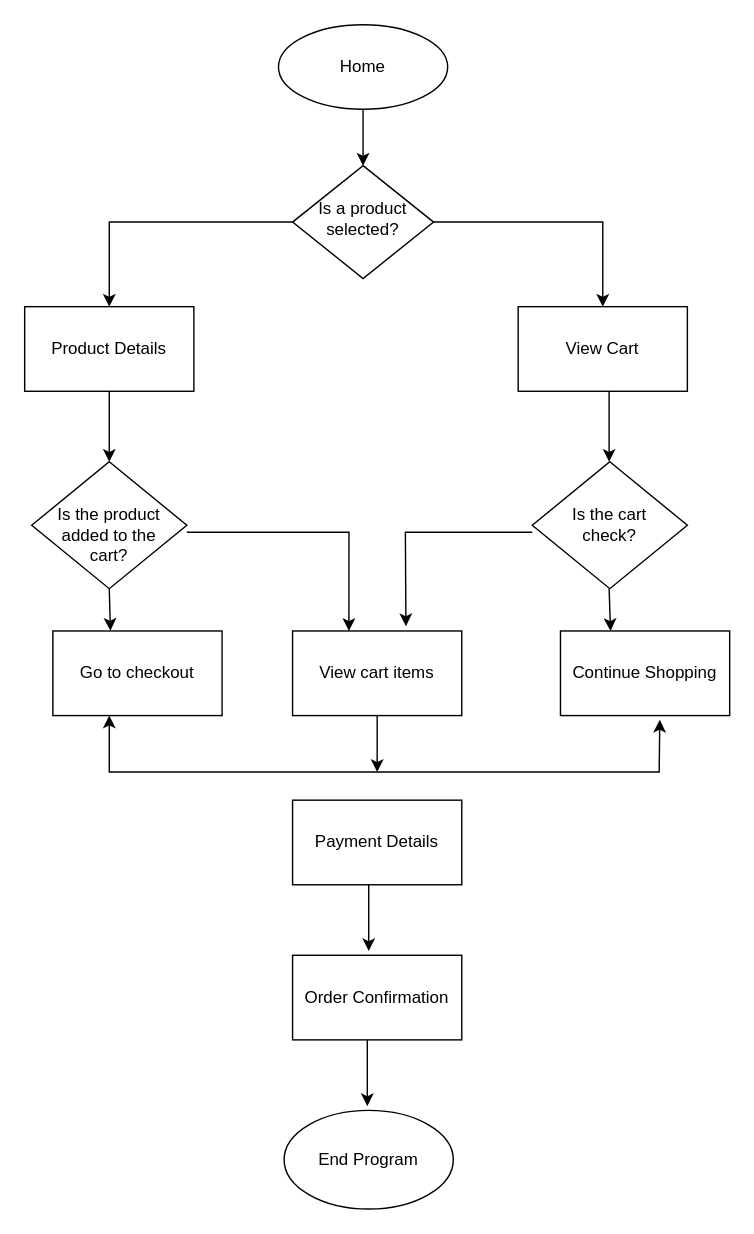
Before: Untitled Diagram.drawio in cherryxxn/Pxl_Pioneer, a draw.io diagram. Source tidied: cells renumbered, new cells numbered last; positions are measured from the earlier drawing's top-left corner, leaving out a move shared by most shapes. Both pictures are drawn from the tidied source at 141%, with x=0, y=0 at pixel (24, 24).
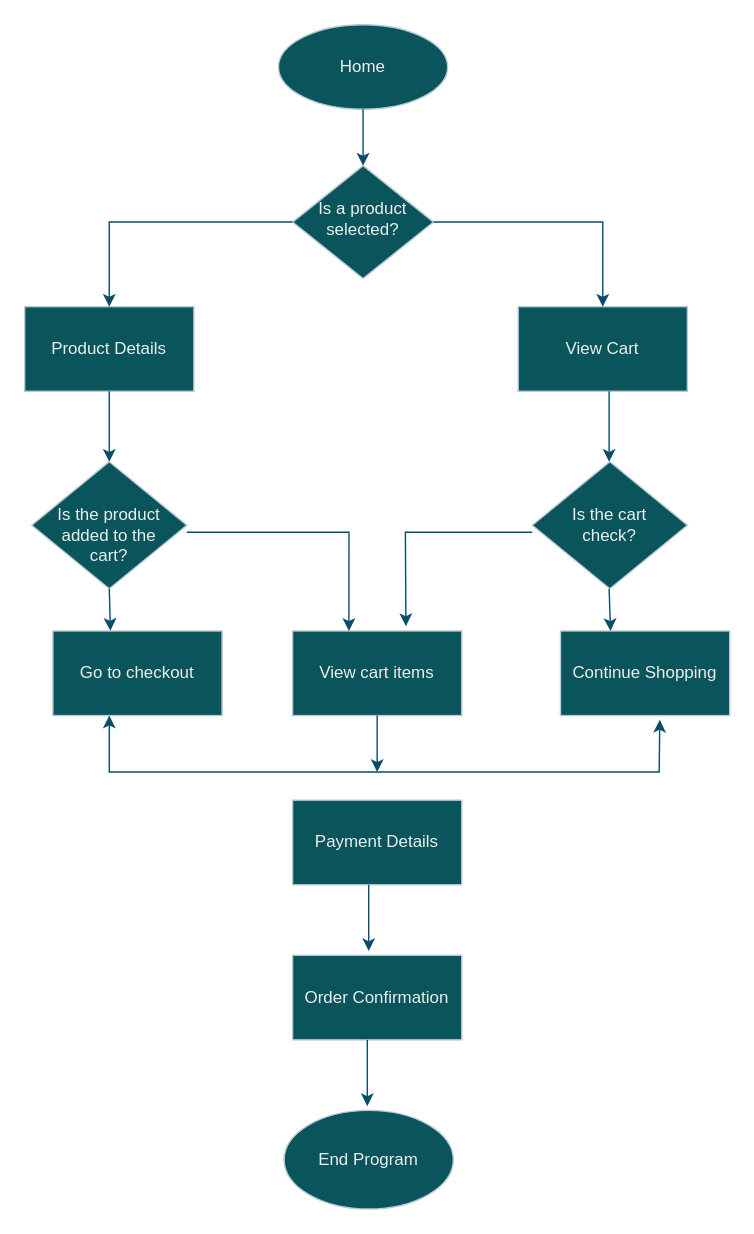
The same page after the edit.

Diff of the diagram source:
```diff
@@
-    <mxCell id="2" value="Is a product selected?" style="rhombus;whiteSpace=wrap;html=1;shadow=0;fontFamily=Helvetica;fontSize=12;align=center;strokeWidth=1;spacing=6;spacingTop=-4;" parent="1" vertex="1">
+    <mxCell id="2" value="Is a product selected?" style="rhombus;whiteSpace=wrap;html=1;shadow=0;fontFamily=Helvetica;fontSize=12;align=center;strokeWidth=1;spacing=6;spacingTop=-4;labelBackgroundColor=none;fillColor=#09555B;strokeColor=#BAC8D3;fontColor=#EEEEEE;" parent="1" vertex="1">
       <mxGeometry x="190" y="100" width="100" height="80" as="geometry" />
     </mxCell>
-    <mxCell id="3" value="Home" style="ellipse;whiteSpace=wrap;html=1;" parent="1" vertex="1">
+    <mxCell id="3" value="Home" style="ellipse;whiteSpace=wrap;html=1;labelBackgroundColor=none;fillColor=#09555B;strokeColor=#BAC8D3;fontColor=#EEEEEE;" parent="1" vertex="1">
       <mxGeometry x="180" width="120" height="60" as="geometry" />
     </mxCell>
-    <mxCell id="4" value="&lt;br&gt;Is the product added to the &lt;br&gt;cart?" style="rhombus;whiteSpace=wrap;html=1;" parent="1" vertex="1">
+    <mxCell id="4" value="&lt;br&gt;Is the product added to the &lt;br&gt;cart?" style="rhombus;whiteSpace=wrap;html=1;labelBackgroundColor=none;fillColor=#09555B;strokeColor=#BAC8D3;fontColor=#EEEEEE;" parent="1" vertex="1">
       <mxGeometry x="5" y="310" width="110" height="90" as="geometry" />
     </mxCell>
-    <mxCell id="5" value="Product Details" style="rounded=0;whiteSpace=wrap;html=1;" parent="1" vertex="1">
+    <mxCell id="5" value="Product Details" style="rounded=0;whiteSpace=wrap;html=1;labelBackgroundColor=none;fillColor=#09555B;strokeColor=#BAC8D3;fontColor=#EEEEEE;" parent="1" vertex="1">
       <mxGeometry y="200" width="120" height="60" as="geometry" />
     </mxCell>
-    <mxCell id="6" value="Continue Shopping" style="rounded=0;whiteSpace=wrap;html=1;" parent="1" vertex="1">
+    <mxCell id="6" value="Continue Shopping" style="rounded=0;whiteSpace=wrap;html=1;labelBackgroundColor=none;fillColor=#09555B;strokeColor=#BAC8D3;fontColor=#EEEEEE;" parent="1" vertex="1">
       <mxGeometry x="380" y="430" width="120" height="60" as="geometry" />
     </mxCell>
-    <mxCell id="7" value="View Cart" style="rounded=0;whiteSpace=wrap;html=1;" parent="1" vertex="1">
+    <mxCell id="7" value="View Cart" style="rounded=0;whiteSpace=wrap;html=1;labelBackgroundColor=none;fillColor=#09555B;strokeColor=#BAC8D3;fontColor=#EEEEEE;" parent="1" vertex="1">
       <mxGeometry x="350" y="200" width="120" height="60" as="geometry" />
     </mxCell>
-    <mxCell id="8" value="Go to checkout" style="rounded=0;whiteSpace=wrap;html=1;" parent="1" vertex="1">
+    <mxCell id="8" value="Go to checkout" style="rounded=0;whiteSpace=wrap;html=1;labelBackgroundColor=none;fillColor=#09555B;strokeColor=#BAC8D3;fontColor=#EEEEEE;" parent="1" vertex="1">
       <mxGeometry x="20" y="430" width="120" height="60" as="geometry" />
     </mxCell>
-    <mxCell id="9" value="View cart items" style="rounded=0;whiteSpace=wrap;html=1;" parent="1" vertex="1">
+    <mxCell id="9" value="View cart items" style="rounded=0;whiteSpace=wrap;html=1;labelBackgroundColor=none;fillColor=#09555B;strokeColor=#BAC8D3;fontColor=#EEEEEE;" parent="1" vertex="1">
       <mxGeometry x="190" y="430" width="120" height="60" as="geometry" />
     </mxCell>
-    <mxCell id="10" value="Payment Details" style="rounded=0;whiteSpace=wrap;html=1;" parent="1" vertex="1">
+    <mxCell id="10" value="Payment Details" style="rounded=0;whiteSpace=wrap;html=1;labelBackgroundColor=none;fillColor=#09555B;strokeColor=#BAC8D3;fontColor=#EEEEEE;" parent="1" vertex="1">
       <mxGeometry x="190" y="550" width="120" height="60" as="geometry" />
     </mxCell>
-    <mxCell id="11" value="Order Confirmation" style="rounded=0;whiteSpace=wrap;html=1;" parent="1" vertex="1">
+    <mxCell id="11" value="Order Confirmation" style="rounded=0;whiteSpace=wrap;html=1;labelBackgroundColor=none;fillColor=#09555B;strokeColor=#BAC8D3;fontColor=#EEEEEE;" parent="1" vertex="1">
       <mxGeometry x="190" y="660" width="120" height="60" as="geometry" />
     </mxCell>
-    <mxCell id="12" style="endArrow=classic;html=1;rounded=0;exitX=0.5;exitY=1;exitDx=0;exitDy=0;entryX=0.5;entryY=0;entryDx=0;entryDy=0;" parent="1" edge="1" source="3" target="2">
+    <mxCell id="12" style="endArrow=classic;html=1;rounded=0;exitX=0.5;exitY=1;exitDx=0;exitDy=0;entryX=0.5;entryY=0;entryDx=0;entryDy=0;labelBackgroundColor=none;strokeColor=#0B4D6A;fontColor=default;" parent="1" edge="1" source="3" target="2">
       <mxGeometry relative="1" as="geometry" />
     </mxCell>
-    <mxCell id="13" style="endArrow=classic;html=1;rounded=0;entryX=0.5;entryY=0;entryDx=0;entryDy=0;" parent="1" edge="1" target="5">
+    <mxCell id="13" style="endArrow=classic;html=1;rounded=0;entryX=0.5;entryY=0;entryDx=0;entryDy=0;labelBackgroundColor=none;strokeColor=#0B4D6A;fontColor=default;" parent="1" edge="1" target="5">
       <mxGeometry relative="1" as="geometry">
         <mxPoint x="190" y="140" as="sourcePoint" />
         <Array as="points">
           <mxPoint x="60" y="140" />
         </Array>
       </mxGeometry>
     </mxCell>
-    <mxCell id="14" style="endArrow=classic;html=1;rounded=0;entryX=0.5;entryY=0;entryDx=0;entryDy=0;" parent="1" edge="1" target="7">
+    <mxCell id="14" style="endArrow=classic;html=1;rounded=0;entryX=0.5;entryY=0;entryDx=0;entryDy=0;labelBackgroundColor=none;strokeColor=#0B4D6A;fontColor=default;" parent="1" edge="1" target="7">
       <mxGeometry relative="1" as="geometry">
         <mxPoint x="290" y="140" as="sourcePoint" />
         <Array as="points">
           <mxPoint x="410" y="140" />
         </Array>
       </mxGeometry>
     </mxCell>
-    <mxCell id="15" value="Is the cart&lt;br&gt;check?" style="rhombus;whiteSpace=wrap;html=1;" parent="1" vertex="1">
+    <mxCell id="15" value="Is the cart&lt;br&gt;check?" style="rhombus;whiteSpace=wrap;html=1;labelBackgroundColor=none;fillColor=#09555B;strokeColor=#BAC8D3;fontColor=#EEEEEE;" parent="1" vertex="1">
       <mxGeometry x="360" y="310" width="110" height="90" as="geometry" />
     </mxCell>
-    <mxCell id="16" style="endArrow=classic;html=1;rounded=0;" parent="1" edge="1" target="4">
+    <mxCell id="16" style="endArrow=classic;html=1;rounded=0;labelBackgroundColor=none;strokeColor=#0B4D6A;fontColor=default;" parent="1" edge="1" target="4">
       <mxGeometry relative="1" as="geometry">
         <mxPoint x="60" y="260" as="sourcePoint" />
       </mxGeometry>
     </mxCell>
-    <mxCell id="17" style="endArrow=classic;html=1;rounded=0;" parent="1" edge="1">
+    <mxCell id="17" style="endArrow=classic;html=1;rounded=0;labelBackgroundColor=none;strokeColor=#0B4D6A;fontColor=default;" parent="1" edge="1">
       <mxGeometry relative="1" as="geometry">
         <mxPoint x="414.5" y="260" as="sourcePoint" />
         <mxPoint x="414.5" y="310" as="targetPoint" />
       </mxGeometry>
     </mxCell>
-    <mxCell id="18" style="endArrow=classic;html=1;rounded=0;entryX=0.45;entryY=-0.05;entryDx=0;entryDy=0;entryPerimeter=0;" parent="1" edge="1" target="11">
+    <mxCell id="18" style="endArrow=classic;html=1;rounded=0;entryX=0.45;entryY=-0.05;entryDx=0;entryDy=0;entryPerimeter=0;labelBackgroundColor=none;strokeColor=#0B4D6A;fontColor=default;" parent="1" edge="1" target="11">
       <mxGeometry relative="1" as="geometry">
         <mxPoint x="244" y="610" as="sourcePoint" />
       </mxGeometry>
     </mxCell>
-    <mxCell id="19" style="endArrow=classic;startArrow=classic;html=1;rounded=0;entryX=0.587;entryY=1.05;entryDx=0;entryDy=0;entryPerimeter=0;" parent="1" edge="1" target="6">
+    <mxCell id="19" style="endArrow=classic;startArrow=classic;html=1;rounded=0;entryX=0.587;entryY=1.05;entryDx=0;entryDy=0;entryPerimeter=0;labelBackgroundColor=none;strokeColor=#0B4D6A;fontColor=default;" parent="1" edge="1" target="6">
       <mxGeometry relative="1" as="geometry">
         <mxPoint x="60" y="490" as="sourcePoint" />
         <Array as="points">
           <mxPoint x="60" y="530" />
           <mxPoint x="450" y="530" />
         </Array>
       </mxGeometry>
     </mxCell>
-    <mxCell id="20" style="endArrow=classic;html=1;rounded=0;" parent="1" edge="1">
+    <mxCell id="20" style="endArrow=classic;html=1;rounded=0;labelBackgroundColor=none;strokeColor=#0B4D6A;fontColor=default;" parent="1" edge="1">
       <mxGeometry relative="1" as="geometry">
         <mxPoint x="250" y="490" as="sourcePoint" />
         <mxPoint x="250" y="530" as="targetPoint" />
       </mxGeometry>
     </mxCell>
-    <mxCell id="21" style="endArrow=classic;html=1;rounded=0;entryX=0.34;entryY=-0.003;entryDx=0;entryDy=0;entryPerimeter=0;" parent="1" edge="1" target="8">
+    <mxCell id="21" style="endArrow=classic;html=1;rounded=0;entryX=0.34;entryY=-0.003;entryDx=0;entryDy=0;entryPerimeter=0;labelBackgroundColor=none;strokeColor=#0B4D6A;fontColor=default;" parent="1" edge="1" target="8">
       <mxGeometry relative="1" as="geometry">
         <mxPoint x="60" y="400" as="sourcePoint" />
       </mxGeometry>
     </mxCell>
-    <mxCell id="22" style="endArrow=classic;html=1;rounded=0;entryX=0.34;entryY=-0.003;entryDx=0;entryDy=0;entryPerimeter=0;" parent="1" edge="1">
+    <mxCell id="22" style="endArrow=classic;html=1;rounded=0;entryX=0.34;entryY=-0.003;entryDx=0;entryDy=0;entryPerimeter=0;labelBackgroundColor=none;strokeColor=#0B4D6A;fontColor=default;" parent="1" edge="1">
       <mxGeometry relative="1" as="geometry">
         <mxPoint x="414.5" y="400" as="sourcePoint" />
         <mxPoint x="415.5" y="430" as="targetPoint" />
       </mxGeometry>
     </mxCell>
-    <mxCell id="23" style="endArrow=classic;html=1;rounded=0;entryX=0.333;entryY=0;entryDx=0;entryDy=0;entryPerimeter=0;" parent="1" edge="1" target="9">
+    <mxCell id="23" style="endArrow=classic;html=1;rounded=0;entryX=0.333;entryY=0;entryDx=0;entryDy=0;entryPerimeter=0;labelBackgroundColor=none;strokeColor=#0B4D6A;fontColor=default;" parent="1" edge="1" target="9">
       <mxGeometry relative="1" as="geometry">
         <mxPoint x="115" y="360" as="sourcePoint" />
         <Array as="points">
           <mxPoint x="230" y="360" />
         </Array>
       </mxGeometry>
     </mxCell>
-    <mxCell id="24" style="endArrow=classic;html=1;rounded=0;entryX=0.67;entryY=-0.057;entryDx=0;entryDy=0;entryPerimeter=0;" parent="1" edge="1" target="9">
+    <mxCell id="24" style="endArrow=classic;html=1;rounded=0;entryX=0.67;entryY=-0.057;entryDx=0;entryDy=0;entryPerimeter=0;labelBackgroundColor=none;strokeColor=#0B4D6A;fontColor=default;" parent="1" edge="1" target="9">
       <mxGeometry relative="1" as="geometry">
         <mxPoint x="360" y="360" as="sourcePoint" />
         <Array as="points">
           <mxPoint x="270" y="360" />
         </Array>
       </mxGeometry>
     </mxCell>
-    <mxCell id="25" value="End Program" style="ellipse;whiteSpace=wrap;html=1;" parent="1" vertex="1">
+    <mxCell id="25" value="End Program" style="ellipse;whiteSpace=wrap;html=1;labelBackgroundColor=none;fillColor=#09555B;strokeColor=#BAC8D3;fontColor=#EEEEEE;" parent="1" vertex="1">
       <mxGeometry x="184" y="770" width="120" height="70" as="geometry" />
     </mxCell>
-    <mxCell id="26" style="endArrow=classic;html=1;rounded=0;entryX=0.45;entryY=-0.05;entryDx=0;entryDy=0;entryPerimeter=0;" parent="1" edge="1">
+    <mxCell id="26" style="endArrow=classic;html=1;rounded=0;entryX=0.45;entryY=-0.05;entryDx=0;entryDy=0;entryPerimeter=0;labelBackgroundColor=none;strokeColor=#0B4D6A;fontColor=default;" parent="1" edge="1">
       <mxGeometry relative="1" as="geometry">
         <mxPoint x="243" y="720" as="sourcePoint" />
         <mxPoint x="243" y="767" as="targetPoint" />
       </mxGeometry>
     </mxCell>
```
